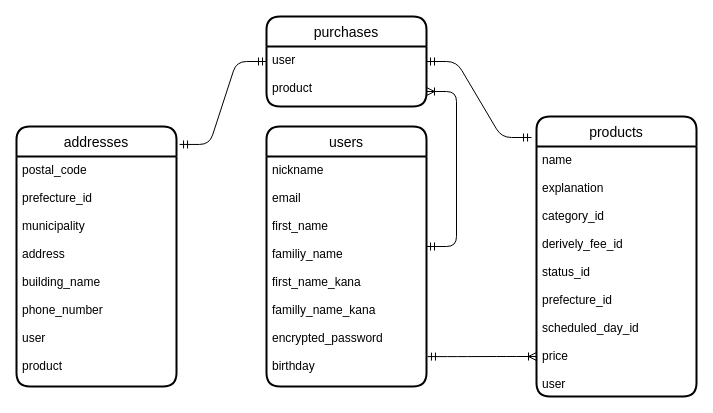
Above: page "ページ1" (1 of 2) of app/ER.dio in devjohony/furima-37766 (draw.io), before the change. Source tidied: cells renumbered, new cells numbered last; positions are measured from the earlier drawing's top-left corner, leaving out a move shared by most shapes. Both pictures are drawn from the tidied source at 100%, with x=0, y=0 at pixel (16, 16).
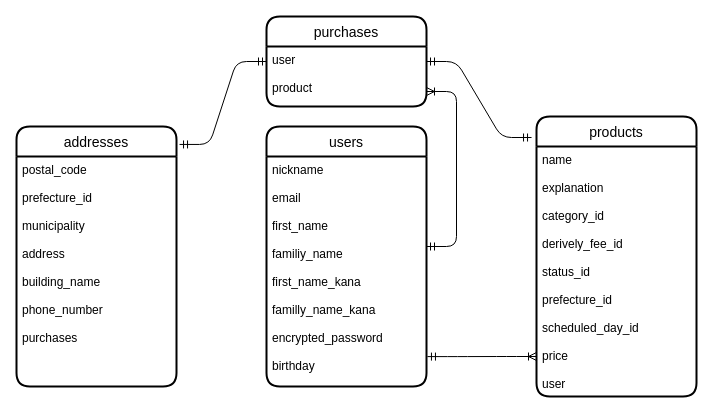
Above is the later version.

Diff of the diagram source:
```diff
@@
 <mxGraphModel>
   <root>
     <mxCell id="0" />
     <mxCell id="1" parent="0" />
     <mxCell id="2" value="users" style="swimlane;horizontal=1;startSize=30;rounded=1;fontSize=14;fontStyle=0;strokeWidth=2;shadow=0;dashed=0;align=center;" parent="1" vertex="1">
       <mxGeometry x="250" y="110" width="160" height="260" as="geometry" />
     </mxCell>
     <mxCell id="3" value="nickname&#10;&#10;email&#10;&#10;first_name&#10;&#10;familiy_name&#10;&#10;first_name_kana&#10;&#10;familly_name_kana&#10;&#10;encrypted_password&#10;&#10;birthday" style="align=left;strokeColor=none;fillColor=none;spacingLeft=4;fontSize=12;verticalAlign=top;shadow=1;" parent="2" vertex="1">
       <mxGeometry y="30" width="160" height="230" as="geometry" />
     </mxCell>
     <mxCell id="4" value="purchases" style="swimlane;horizontal=1;startSize=30;rounded=1;fontSize=14;fontStyle=0;strokeWidth=2;shadow=0;dashed=0;align=center;" parent="1" vertex="1">
       <mxGeometry x="250" width="160" height="90" as="geometry" />
     </mxCell>
     <mxCell id="5" value="user&#10;&#10;product" style="align=left;strokeColor=none;fillColor=none;spacingLeft=4;fontSize=12;verticalAlign=top;shadow=1;" parent="4" vertex="1">
       <mxGeometry y="30" width="160" height="60" as="geometry" />
     </mxCell>
     <mxCell id="6" value="addresses" style="swimlane;horizontal=1;startSize=30;rounded=1;fontSize=14;fontStyle=0;strokeWidth=2;shadow=0;dashed=0;align=center;" parent="1" vertex="1">
       <mxGeometry y="110" width="160" height="260" as="geometry" />
     </mxCell>
-    <mxCell id="7" value="postal_code&#10;&#10;prefecture_id&#10;&#10;municipality&#10;&#10;address&#10;&#10;building_name&#10;&#10;phone_number&#10;&#10;user&#10;&#10;product" style="align=left;strokeColor=none;fillColor=none;spacingLeft=4;fontSize=12;verticalAlign=top;shadow=1;" parent="6" vertex="1">
+    <mxCell id="7" value="postal_code&#10;&#10;prefecture_id&#10;&#10;municipality&#10;&#10;address&#10;&#10;building_name&#10;&#10;phone_number&#10;&#10;purchases" style="align=left;strokeColor=none;fillColor=none;spacingLeft=4;fontSize=12;verticalAlign=top;shadow=1;" parent="6" vertex="1">
       <mxGeometry y="30" width="160" height="230" as="geometry" />
     </mxCell>
     <mxCell id="8" value="products" style="swimlane;horizontal=1;startSize=30;rounded=1;fontSize=14;fontStyle=0;strokeWidth=2;shadow=0;dashed=0;align=center;" parent="1" vertex="1">
       <mxGeometry x="520" y="100" width="160" height="280" as="geometry" />
     </mxCell>
     <mxCell id="9" value="name&#10;&#10;explanation&#10;&#10;category_id&#10;&#10;derively_fee_id&#10;&#10;status_id&#10;&#10;prefecture_id&#10;&#10;scheduled_day_id&#10;&#10;price&#10;&#10;user" style="align=left;strokeColor=none;fillColor=none;spacingLeft=4;fontSize=12;verticalAlign=top;shadow=1;" parent="8" vertex="1">
       <mxGeometry y="30" width="160" height="250" as="geometry" />
     </mxCell>
     <mxCell id="10" style="edgeStyle=entityRelationEdgeStyle;fontSize=12;html=1;endArrow=ERoneToMany;startArrow=ERmandOne;entryX=0;entryY=0.84;entryDx=0;entryDy=0;entryPerimeter=0;exitX=1.006;exitY=0.87;exitDx=0;exitDy=0;exitPerimeter=0;" parent="1" edge="1" source="3" target="9">
       <mxGeometry relative="1" as="geometry" />
     </mxCell>
     <mxCell id="11" style="edgeStyle=entityRelationEdgeStyle;fontSize=12;html=1;endArrow=ERmandOne;startArrow=ERmandOne;exitX=1;exitY=0.25;exitDx=0;exitDy=0;entryX=-0.031;entryY=0.075;entryDx=0;entryDy=0;entryPerimeter=0;" parent="1" edge="1" source="5" target="8">
       <mxGeometry relative="1" as="geometry" />
     </mxCell>
     <mxCell id="12" style="edgeStyle=entityRelationEdgeStyle;fontSize=12;html=1;endArrow=ERmandOne;startArrow=ERmandOne;entryX=0;entryY=0.5;entryDx=0;entryDy=0;exitX=1.019;exitY=0.069;exitDx=0;exitDy=0;exitPerimeter=0;" parent="1" edge="1" source="6" target="4">
       <mxGeometry relative="1" as="geometry" />
     </mxCell>
     <mxCell id="13" style="edgeStyle=entityRelationEdgeStyle;fontSize=12;html=1;endArrow=ERoneToMany;startArrow=ERmandOne;entryX=1;entryY=0.75;entryDx=0;entryDy=0;" parent="1" edge="1" target="5">
       <mxGeometry relative="1" as="geometry">
         <mxPoint x="410" y="230" as="sourcePoint" />
       </mxGeometry>
     </mxCell>
   </root>
 </mxGraphModel>
```
